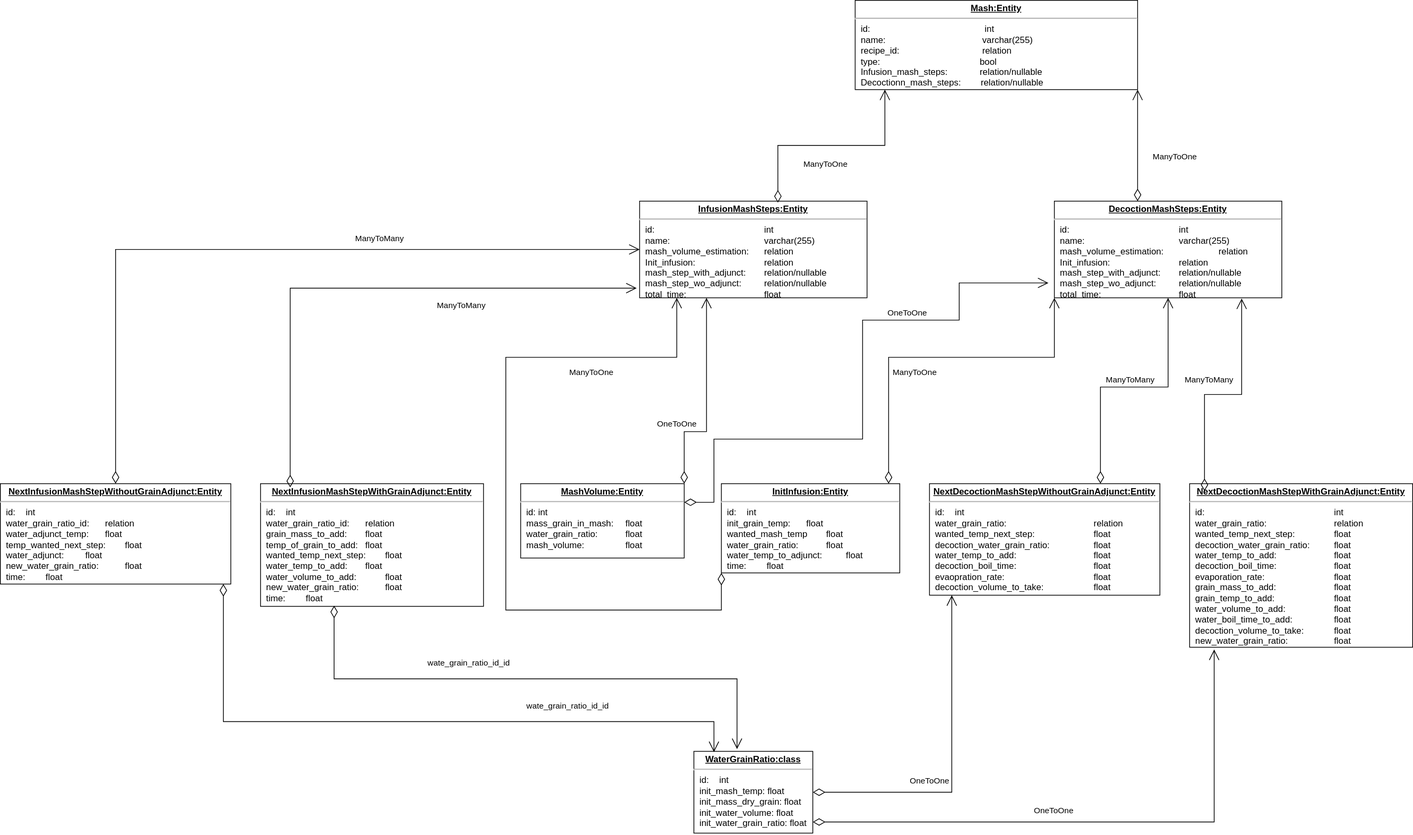
The draw.io diagram src/Sql/viariantsMashEntity.svg in Arciesis/BeerOCraftWeb, before a commit. Source tidied: cells renumbered, new cells last; positions are measured from the earlier drawing's top-left corner, leaving out a move shared by most shapes.
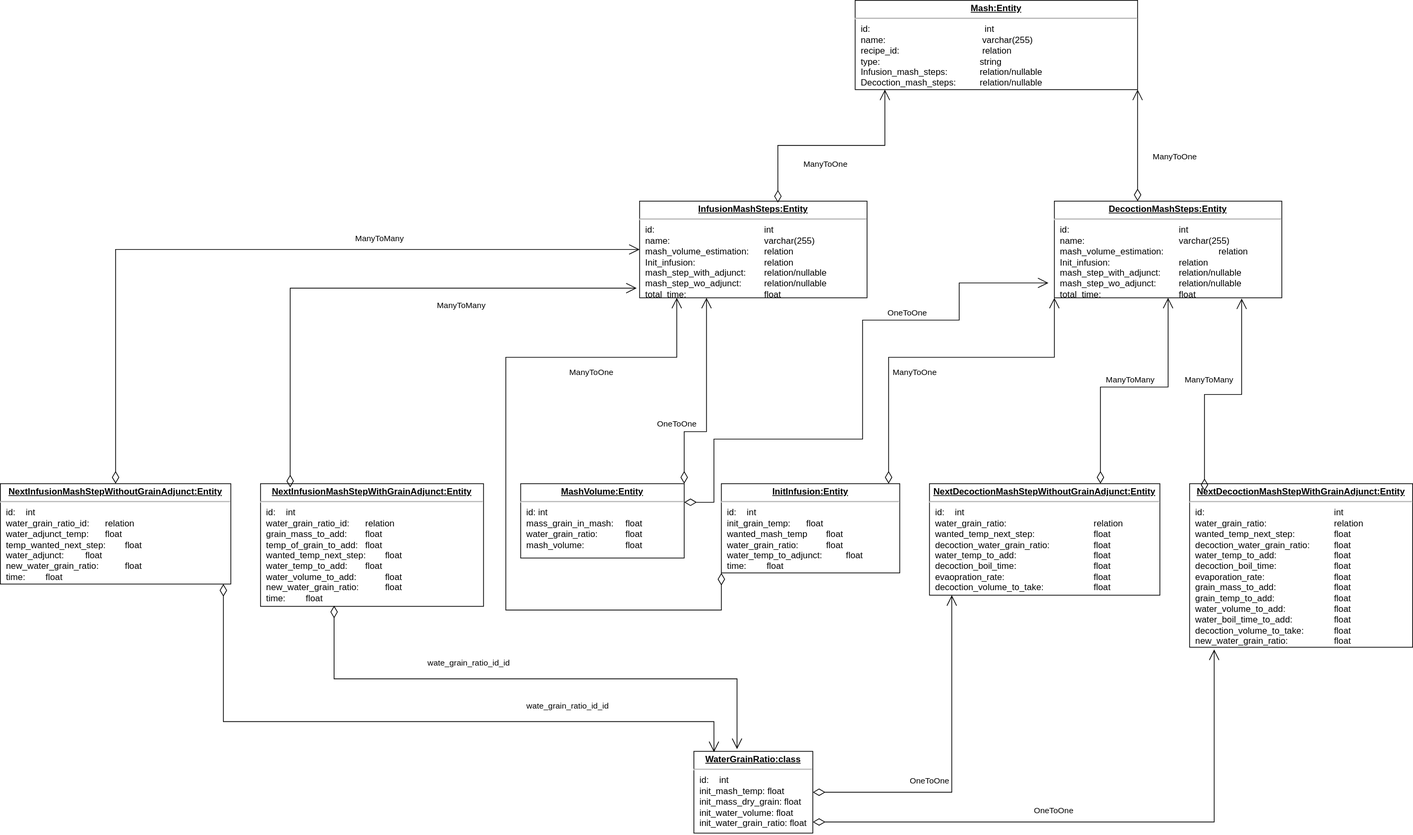
After the commit.

Commit message:
Added some constraints to the Mash entity and added an Exception

What changed in the source:
```diff
@@ -2,7 +2,7 @@
   <root>
     <mxCell id="0" />
     <mxCell id="1" parent="0" />
-    <mxCell id="2" value="&lt;p style=&quot;margin: 0px ; margin-top: 4px ; text-align: center ; text-decoration: underline&quot;&gt;&lt;b&gt;Mash:Entity&lt;/b&gt;&lt;/p&gt;&lt;hr&gt;&lt;p style=&quot;margin: 0px ; margin-left: 8px&quot;&gt;id: &lt;span style=&quot;white-space: pre&quot;&gt;&#9;&lt;/span&gt;&lt;span style=&quot;white-space: pre&quot;&gt;&#9;&lt;/span&gt;&lt;span style=&quot;white-space: pre&quot;&gt;&#9;&lt;/span&gt;&lt;span style=&quot;white-space: pre&quot;&gt;&#9;&lt;/span&gt;&lt;span style=&quot;white-space: pre&quot;&gt;&#9;&lt;/span&gt;&lt;span style=&quot;white-space: pre&quot;&gt;&#9;&lt;/span&gt;&lt;span&gt;&amp;nbsp;&lt;/span&gt;&lt;span&gt;&#9;&lt;/span&gt;&lt;span&gt;&#9;&lt;/span&gt;&lt;span&gt;&#9;&lt;/span&gt;&lt;span&gt;&#9;&lt;/span&gt;int&lt;br&gt;name:&lt;span&gt;&#9;&lt;span style=&quot;white-space: pre&quot;&gt;&#9;&lt;/span&gt;&lt;span style=&quot;white-space: pre&quot;&gt;&#9;&lt;/span&gt;&lt;span style=&quot;white-space: pre&quot;&gt;&#9;&lt;/span&gt;&lt;span style=&quot;white-space: pre&quot;&gt;&#9;&lt;/span&gt;&lt;/span&gt;&lt;span&gt;&#9;&lt;span style=&quot;white-space: pre&quot;&gt;&#9;&lt;/span&gt;&lt;span&gt;&#9;&lt;/span&gt;&lt;span&gt;&#9;&lt;/span&gt;&lt;/span&gt;varchar(255)&amp;nbsp;&lt;/p&gt;&lt;p style=&quot;margin: 0px ; margin-left: 8px&quot;&gt;recipe_id:&amp;nbsp;&lt;span&gt;&#9;&lt;span style=&quot;white-space: pre&quot;&gt;&#9;&lt;/span&gt;&lt;span style=&quot;white-space: pre&quot;&gt;&#9;&lt;/span&gt;&lt;span style=&quot;white-space: pre&quot;&gt;&#9;&lt;/span&gt;&lt;/span&gt;&lt;span&gt;&#9;&lt;span style=&quot;white-space: pre&quot;&gt;&#9;&lt;/span&gt;&lt;span&gt;&#9;&lt;/span&gt;r&lt;/span&gt;elation&lt;/p&gt;&lt;p style=&quot;margin: 0px ; margin-left: 8px&quot;&gt;type:&amp;nbsp;&lt;span&gt;&#9;&lt;/span&gt;&lt;span&gt;&#9;&lt;/span&gt;&lt;span&gt;&#9;&amp;nbsp;&lt;/span&gt;&amp;nbsp; &amp;nbsp; &lt;span style=&quot;white-space: pre&quot;&gt;&#9;&lt;/span&gt;&lt;span style=&quot;white-space: pre&quot;&gt;&#9;&lt;/span&gt;&lt;span style=&quot;white-space: pre&quot;&gt;&#9;&lt;/span&gt;&lt;span style=&quot;white-space: pre&quot;&gt;&#9;&lt;/span&gt;&lt;span&gt;&#9;&lt;span style=&quot;white-space: pre&quot;&gt;&#9;&lt;/span&gt;&lt;/span&gt;bool&lt;/p&gt;&lt;p style=&quot;margin: 0px ; margin-left: 8px&quot;&gt;Infusion_mash_steps:&amp;nbsp;&lt;span&gt;&#9;&lt;/span&gt;&lt;span&gt;&amp;nbsp;&amp;nbsp;&lt;/span&gt;&lt;span style=&quot;white-space: pre&quot;&gt;&#9;&lt;/span&gt;&lt;span&gt;&#9;&lt;span style=&quot;white-space: pre&quot;&gt;&#9;&lt;/span&gt;&lt;/span&gt;&lt;span&gt;relation/nullable&lt;/span&gt;&lt;/p&gt;&lt;p style=&quot;margin: 0px ; margin-left: 8px&quot;&gt;Decoctionn_mash_steps:&amp;nbsp;&lt;span&gt;&#9;&lt;/span&gt;&lt;span&gt;&#9;&lt;/span&gt;&amp;nbsp; &amp;nbsp; &amp;nbsp;&lt;span&gt;&#9;&lt;/span&gt;relation/nullable&lt;br&gt;&lt;/p&gt;" style="verticalAlign=top;align=left;overflow=fill;fontSize=12;fontFamily=Helvetica;html=1;" parent="1" vertex="1">
+    <mxCell id="2" value="&lt;p style=&quot;margin: 0px ; margin-top: 4px ; text-align: center ; text-decoration: underline&quot;&gt;&lt;b&gt;Mash:Entity&lt;/b&gt;&lt;/p&gt;&lt;hr&gt;&lt;p style=&quot;margin: 0px ; margin-left: 8px&quot;&gt;id: &lt;span style=&quot;white-space: pre&quot;&gt;&#9;&lt;/span&gt;&lt;span style=&quot;white-space: pre&quot;&gt;&#9;&lt;/span&gt;&lt;span style=&quot;white-space: pre&quot;&gt;&#9;&lt;/span&gt;&lt;span style=&quot;white-space: pre&quot;&gt;&#9;&lt;/span&gt;&lt;span style=&quot;white-space: pre&quot;&gt;&#9;&lt;/span&gt;&lt;span style=&quot;white-space: pre&quot;&gt;&#9;&lt;/span&gt;&lt;span&gt;&amp;nbsp;&lt;/span&gt;&lt;span&gt;&#9;&lt;/span&gt;&lt;span&gt;&#9;&lt;/span&gt;&lt;span&gt;&#9;&lt;/span&gt;&lt;span&gt;&#9;&lt;/span&gt;int&lt;br&gt;name:&lt;span&gt;&#9;&lt;span style=&quot;white-space: pre&quot;&gt;&#9;&lt;/span&gt;&lt;span style=&quot;white-space: pre&quot;&gt;&#9;&lt;/span&gt;&lt;span style=&quot;white-space: pre&quot;&gt;&#9;&lt;/span&gt;&lt;span style=&quot;white-space: pre&quot;&gt;&#9;&lt;/span&gt;&lt;/span&gt;&lt;span&gt;&#9;&lt;span style=&quot;white-space: pre&quot;&gt;&#9;&lt;/span&gt;&lt;span&gt;&#9;&lt;/span&gt;&lt;span&gt;&#9;&lt;/span&gt;&lt;/span&gt;varchar(255)&amp;nbsp;&lt;/p&gt;&lt;p style=&quot;margin: 0px ; margin-left: 8px&quot;&gt;recipe_id:&amp;nbsp;&lt;span&gt;&#9;&lt;span style=&quot;white-space: pre&quot;&gt;&#9;&lt;/span&gt;&lt;span style=&quot;white-space: pre&quot;&gt;&#9;&lt;/span&gt;&lt;span style=&quot;white-space: pre&quot;&gt;&#9;&lt;/span&gt;&lt;/span&gt;&lt;span&gt;&#9;&lt;span style=&quot;white-space: pre&quot;&gt;&#9;&lt;/span&gt;&lt;span&gt;&#9;&lt;/span&gt;r&lt;/span&gt;elation&lt;/p&gt;&lt;p style=&quot;margin: 0px ; margin-left: 8px&quot;&gt;type:&amp;nbsp;&lt;span&gt;&#9;&lt;/span&gt;&lt;span&gt;&#9;&lt;/span&gt;&lt;span&gt;&#9;&amp;nbsp;&lt;/span&gt;&amp;nbsp; &amp;nbsp; &lt;span style=&quot;white-space: pre&quot;&gt;&#9;&lt;/span&gt;&lt;span style=&quot;white-space: pre&quot;&gt;&#9;&lt;/span&gt;&lt;span style=&quot;white-space: pre&quot;&gt;&#9;&lt;/span&gt;&lt;span style=&quot;white-space: pre&quot;&gt;&#9;&lt;/span&gt;&lt;span&gt;&#9;&lt;span style=&quot;white-space: pre&quot;&gt;&#9;&lt;/span&gt;&lt;/span&gt;string&lt;/p&gt;&lt;p style=&quot;margin: 0px ; margin-left: 8px&quot;&gt;Infusion_mash_steps:&amp;nbsp;&lt;span&gt;&#9;&lt;/span&gt;&lt;span&gt;&amp;nbsp;&amp;nbsp;&lt;/span&gt;&lt;span style=&quot;white-space: pre&quot;&gt;&#9;&lt;/span&gt;&lt;span&gt;&#9;&lt;span style=&quot;white-space: pre&quot;&gt;&#9;&lt;/span&gt;&lt;/span&gt;&lt;span&gt;relation/nullable&lt;/span&gt;&lt;/p&gt;&lt;p style=&quot;margin: 0px ; margin-left: 8px&quot;&gt;Decoction_mash_steps:&amp;nbsp;&lt;span&gt;&#9;&lt;/span&gt;&lt;span&gt;&#9;&lt;/span&gt;&amp;nbsp; &amp;nbsp; &amp;nbsp;&lt;span&gt;&amp;nbsp;&lt;span style=&quot;white-space: pre&quot;&gt;&#9;&lt;/span&gt;&lt;/span&gt;relation/nullable&lt;br&gt;&lt;/p&gt;" style="verticalAlign=top;align=left;overflow=fill;fontSize=12;fontFamily=Helvetica;html=1;" parent="1" vertex="1">
       <mxGeometry x="1150" width="380" height="120" as="geometry" />
     </mxCell>
     <mxCell id="3" value="&lt;p style=&quot;margin: 0px ; margin-top: 4px ; text-align: center ; text-decoration: underline&quot;&gt;&lt;b&gt;MashVolume:Entity&lt;/b&gt;&lt;/p&gt;&lt;hr&gt;&lt;p style=&quot;margin: 0px 0px 0px 8px&quot;&gt;id:&lt;span&gt;&#9;&lt;/span&gt;int&lt;br&gt;&lt;/p&gt;&lt;p style=&quot;margin: 0px 0px 0px 8px&quot;&gt;mass_grain_in_mash:&lt;span style=&quot;white-space: pre&quot;&gt;&#9;&lt;/span&gt;float&lt;/p&gt;&lt;p style=&quot;margin: 0px 0px 0px 8px&quot;&gt;water_grain_ratio:&lt;span style=&quot;white-space: pre&quot;&gt;&#9;&lt;/span&gt;&lt;span style=&quot;white-space: pre&quot;&gt;&#9;&lt;/span&gt;float&lt;/p&gt;&lt;p style=&quot;margin: 0px 0px 0px 8px&quot;&gt;mash_volume:&lt;span style=&quot;white-space: pre&quot;&gt;&#9;&lt;/span&gt;&lt;span style=&quot;white-space: pre&quot;&gt;&#9;&lt;/span&gt;&lt;span style=&quot;white-space: pre&quot;&gt;&#9;&lt;/span&gt;float&lt;/p&gt;&lt;p style=&quot;margin: 0px ; margin-left: 8px&quot;&gt;&lt;br&gt;&lt;/p&gt;&lt;p style=&quot;margin: 0px ; margin-left: 8px&quot;&gt;&lt;br&gt;&lt;/p&gt;&lt;p style=&quot;margin: 0px ; margin-left: 8px&quot;&gt;&lt;br&gt;&lt;/p&gt;" style="verticalAlign=top;align=left;overflow=fill;fontSize=12;fontFamily=Helvetica;html=1;" parent="1" vertex="1">
```
